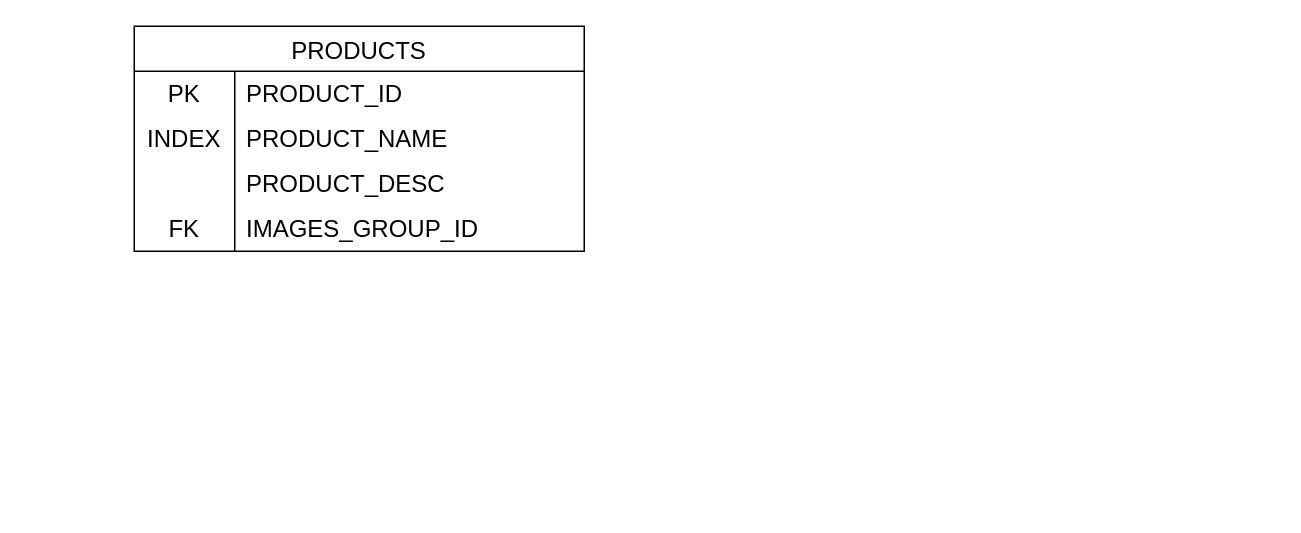
Before: Diagrams/sellerCentral.drawio in abd-rish/ECommerce, a draw.io diagram. Source tidied: cells renumbered, new cells numbered last; positions are measured from the earlier drawing's top-left corner, leaving out a move shared by most shapes. Both pictures are drawn from the tidied source at 150%, with x=0, y=0 at pixel (134, 26).
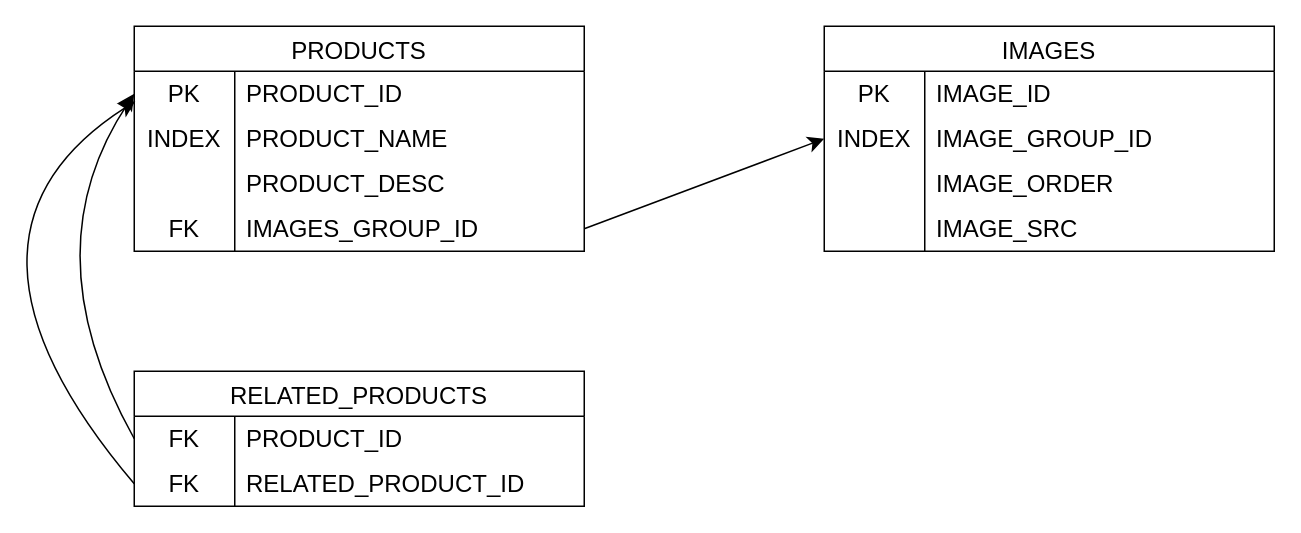
The same diagram, later.

The change refers to these unchanged cells:
```xml
<mxCell id="3" style="shape=tableRow;horizontal=0;startSize=0;swimlaneHead=0;swimlaneBody=0;top=0;left=0;bottom=0;right=0;fillColor=none;points=[[0,0.5],[1,0.5]];portConstraint=eastwest;strokeColor=inherit;fontSize=16;" parent="2" vertex="1">
  <mxGeometry y="30" width="300" height="30" as="geometry" />
</mxCell>
<mxCell id="12" style="shape=tableRow;horizontal=0;startSize=0;swimlaneHead=0;swimlaneBody=0;top=0;left=0;bottom=0;right=0;fillColor=none;points=[[0,0.5],[1,0.5]];portConstraint=eastwest;strokeColor=inherit;fontSize=16;" parent="2" vertex="1">
  <mxGeometry y="120" width="300" height="30" as="geometry" />
</mxCell>
```

Diff of the diagram source:
```diff
@@
+    <mxCell id="15" value="IMAGES" style="shape=table;startSize=30;childLayout=tableLayout;rowLines=0;fontStyle=0;strokeColor=default;fontSize=16;" parent="1" vertex="1">
+      <mxGeometry x="460" width="300" height="150" as="geometry" />
+    </mxCell>
+    <mxCell id="16" style="shape=tableRow;horizontal=0;startSize=0;swimlaneHead=0;swimlaneBody=0;top=0;left=0;bottom=0;right=0;fillColor=none;strokeColor=inherit;fontSize=16;" parent="15" vertex="1">
+      <mxGeometry y="30" width="300" height="30" as="geometry" />
+    </mxCell>
+    <mxCell id="17" value="PK" style="shape=partialRectangle;html=1;whiteSpace=wrap;fillColor=none;top=0;left=0;bottom=0;right=0;overflow=hidden;strokeColor=inherit;fontSize=16;" parent="16" vertex="1">
+      <mxGeometry width="67" height="30" as="geometry" />
+    </mxCell>
+    <mxCell id="18" value="IMAGE_ID" style="shape=partialRectangle;html=1;whiteSpace=wrap;fillColor=none;top=0;left=0;bottom=0;right=0;align=left;spacingLeft=6;overflow=hidden;strokeColor=inherit;fontSize=16;" parent="16" vertex="1">
+      <mxGeometry x="67" width="233" height="30" as="geometry" />
+    </mxCell>
+    <mxCell id="19" style="shape=tableRow;horizontal=0;startSize=0;swimlaneHead=0;swimlaneBody=0;top=0;left=0;bottom=0;right=0;fillColor=none;points=[[0,0.5],[1,0.5]];portConstraint=eastwest;strokeColor=inherit;fontSize=16;" parent="15" vertex="1">
+      <mxGeometry y="60" width="300" height="30" as="geometry" />
+    </mxCell>
+    <mxCell id="20" value="INDEX" style="shape=partialRectangle;html=1;whiteSpace=wrap;fillColor=none;top=0;left=0;bottom=0;right=0;overflow=hidden;strokeColor=inherit;fontSize=16;" parent="19" vertex="1">
+      <mxGeometry width="67" height="30" as="geometry" />
+    </mxCell>
+    <mxCell id="21" value="IMAGE_GROUP_ID" style="shape=partialRectangle;html=1;whiteSpace=wrap;fillColor=none;top=0;left=0;bottom=0;right=0;align=left;spacingLeft=6;overflow=hidden;strokeColor=inherit;fontSize=16;" parent="19" vertex="1">
+      <mxGeometry x="67" width="233" height="30" as="geometry" />
+    </mxCell>
+    <mxCell id="22" style="shape=tableRow;horizontal=0;startSize=0;swimlaneHead=0;swimlaneBody=0;top=0;left=0;bottom=0;right=0;fillColor=none;strokeColor=inherit;fontSize=16;" parent="15" vertex="1">
+      <mxGeometry y="90" width="300" height="30" as="geometry" />
+    </mxCell>
+    <mxCell id="23" style="shape=partialRectangle;html=1;whiteSpace=wrap;fillColor=none;top=0;left=0;bottom=0;right=0;overflow=hidden;strokeColor=inherit;fontSize=16;" parent="22" vertex="1">
+      <mxGeometry width="67" height="30" as="geometry" />
+    </mxCell>
+    <mxCell id="24" value="IMAGE_ORDER" style="shape=partialRectangle;html=1;whiteSpace=wrap;fillColor=none;top=0;left=0;bottom=0;right=0;align=left;spacingLeft=6;overflow=hidden;strokeColor=inherit;fontSize=16;" parent="22" vertex="1">
+      <mxGeometry x="67" width="233" height="30" as="geometry" />
+    </mxCell>
+    <mxCell id="25" style="shape=tableRow;horizontal=0;startSize=0;swimlaneHead=0;swimlaneBody=0;top=0;left=0;bottom=0;right=0;fillColor=none;strokeColor=inherit;fontSize=16;" parent="15" vertex="1">
+      <mxGeometry y="120" width="300" height="30" as="geometry" />
+    </mxCell>
+    <mxCell id="26" style="shape=partialRectangle;html=1;whiteSpace=wrap;fillColor=none;top=0;left=0;bottom=0;right=0;overflow=hidden;strokeColor=inherit;fontSize=16;" parent="25" vertex="1">
+      <mxGeometry width="67" height="30" as="geometry" />
+    </mxCell>
+    <mxCell id="27" value="IMAGE_SRC" style="shape=partialRectangle;html=1;whiteSpace=wrap;fillColor=none;top=0;left=0;bottom=0;right=0;align=left;spacingLeft=6;overflow=hidden;strokeColor=inherit;fontSize=16;" parent="25" vertex="1">
+      <mxGeometry x="67" width="233" height="30" as="geometry" />
+    </mxCell>
+    <mxCell id="28" style="edgeStyle=none;curved=1;rounded=0;jettySize=auto;html=1;entryX=0;entryY=0.5;entryDx=0;entryDy=0;fontSize=12;startSize=8;endSize=8;exitX=1;exitY=0.5;exitDx=0;exitDy=0;" parent="1" edge="1" source="12" target="19">
+      <mxGeometry relative="1" as="geometry" />
+    </mxCell>
+    <mxCell id="29" value="RELATED_PRODUCTS" style="shape=table;startSize=30;childLayout=tableLayout;rowLines=0;fontStyle=0;strokeColor=default;fontSize=16;" parent="1" vertex="1">
+      <mxGeometry y="230" width="300" height="90" as="geometry" />
+    </mxCell>
+    <mxCell id="30" style="shape=tableRow;horizontal=0;startSize=0;swimlaneHead=0;swimlaneBody=0;top=0;left=0;bottom=0;right=0;fillColor=none;points=[[0,0.5],[1,0.5]];portConstraint=eastwest;strokeColor=inherit;fontSize=16;" parent="29" vertex="1">
+      <mxGeometry y="30" width="300" height="30" as="geometry" />
+    </mxCell>
+    <mxCell id="31" value="FK" style="shape=partialRectangle;html=1;whiteSpace=wrap;fillColor=none;top=0;left=0;bottom=0;right=0;overflow=hidden;strokeColor=inherit;fontSize=16;" parent="30" vertex="1">
+      <mxGeometry width="67" height="30" as="geometry" />
+    </mxCell>
+    <mxCell id="32" value="PRODUCT_ID" style="shape=partialRectangle;html=1;whiteSpace=wrap;fillColor=none;top=0;left=0;bottom=0;right=0;align=left;spacingLeft=6;overflow=hidden;strokeColor=inherit;fontSize=16;" parent="30" vertex="1">
+      <mxGeometry x="67" width="233" height="30" as="geometry" />
+    </mxCell>
+    <mxCell id="33" style="shape=tableRow;horizontal=0;startSize=0;swimlaneHead=0;swimlaneBody=0;top=0;left=0;bottom=0;right=0;fillColor=none;points=[[0,0.5],[1,0.5]];portConstraint=eastwest;strokeColor=inherit;fontSize=16;" parent="29" vertex="1">
+      <mxGeometry y="60" width="300" height="30" as="geometry" />
+    </mxCell>
+    <mxCell id="34" value="FK" style="shape=partialRectangle;html=1;whiteSpace=wrap;fillColor=none;top=0;left=0;bottom=0;right=0;overflow=hidden;strokeColor=inherit;fontSize=16;" parent="33" vertex="1">
+      <mxGeometry width="67" height="30" as="geometry" />
+    </mxCell>
+    <mxCell id="35" value="RELATED_PRODUCT_ID" style="shape=partialRectangle;html=1;whiteSpace=wrap;fillColor=none;top=0;left=0;bottom=0;right=0;align=left;spacingLeft=6;overflow=hidden;strokeColor=inherit;fontSize=16;" parent="33" vertex="1">
+      <mxGeometry x="67" width="233" height="30" as="geometry" />
+    </mxCell>
+    <mxCell id="36" style="endArrow=classic;html=1;rounded=0;fontSize=12;startSize=8;endSize=8;curved=1;entryX=0;entryY=0.5;entryDx=0;entryDy=0;exitX=0;exitY=0.5;exitDx=0;exitDy=0;" parent="1" edge="1" source="30" target="3">
+      <mxGeometry relative="1" as="geometry">
+        <Array as="points">
+          <mxPoint x="-70" y="150" />
+        </Array>
+      </mxGeometry>
+    </mxCell>
+    <mxCell id="37" style="edgeStyle=none;curved=1;rounded=0;jettySize=auto;html=1;exitX=0;exitY=0.5;exitDx=0;exitDy=0;fontSize=12;startSize=8;endSize=8;" parent="1" edge="1" source="33">
+      <mxGeometry relative="1" as="geometry">
+        <mxPoint x="0.7" y="50" as="targetPoint" />
+        <Array as="points">
+          <mxPoint x="-140" y="140" />
+        </Array>
+      </mxGeometry>
+    </mxCell>
```
